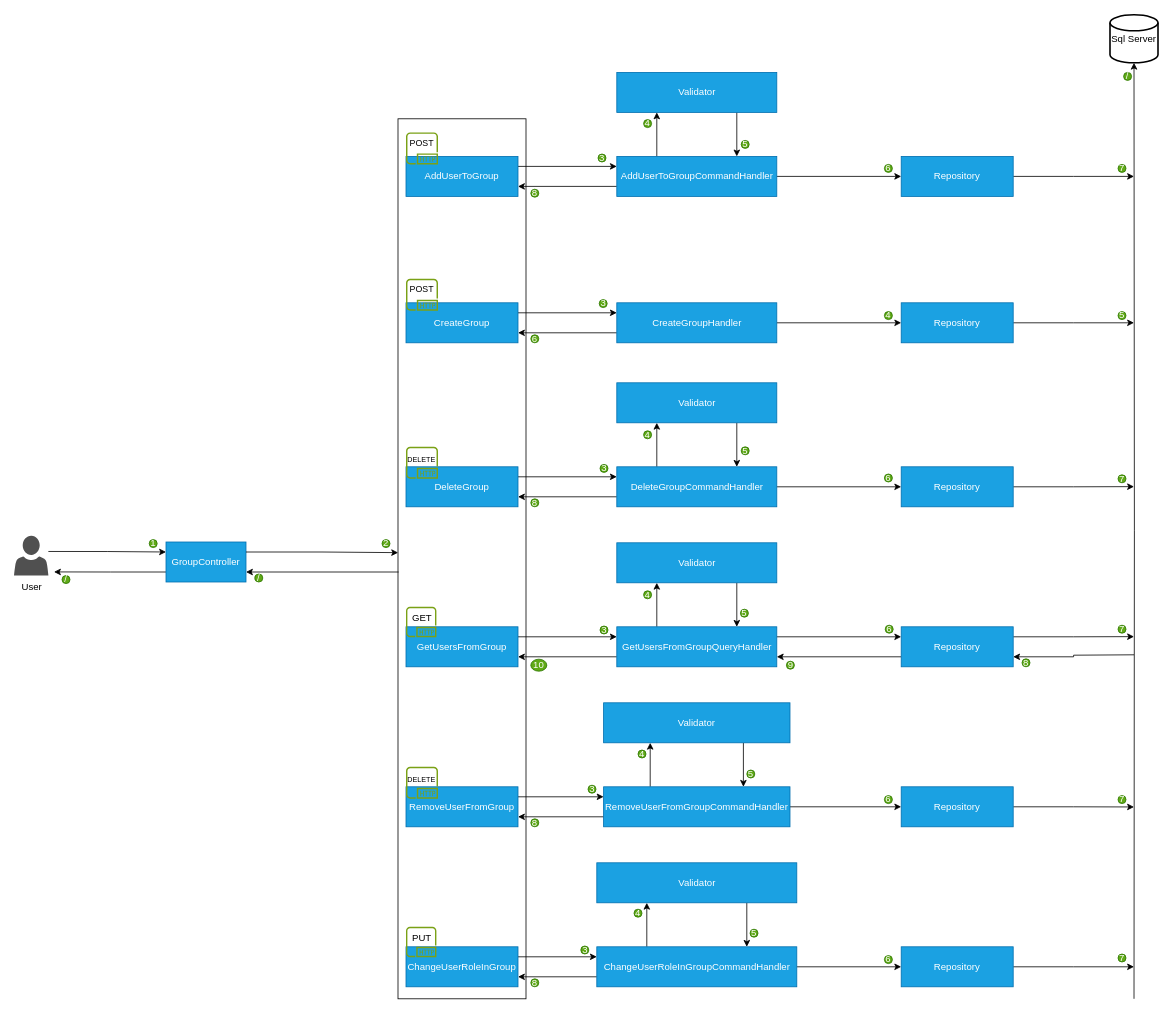
The draw.io diagram page "AuthService/Group" (3 of 33) of Architecture.drawio in AlanEdward19/ShapeUp, before the edit. Source tidied: cells renumbered, new cells numbered last; positions are measured from the earlier drawing's top-left corner, leaving out a move shared by most shapes. Both pictures are drawn from the tidied source at 80%, with x=0, y=0 at pixel (14, 14).
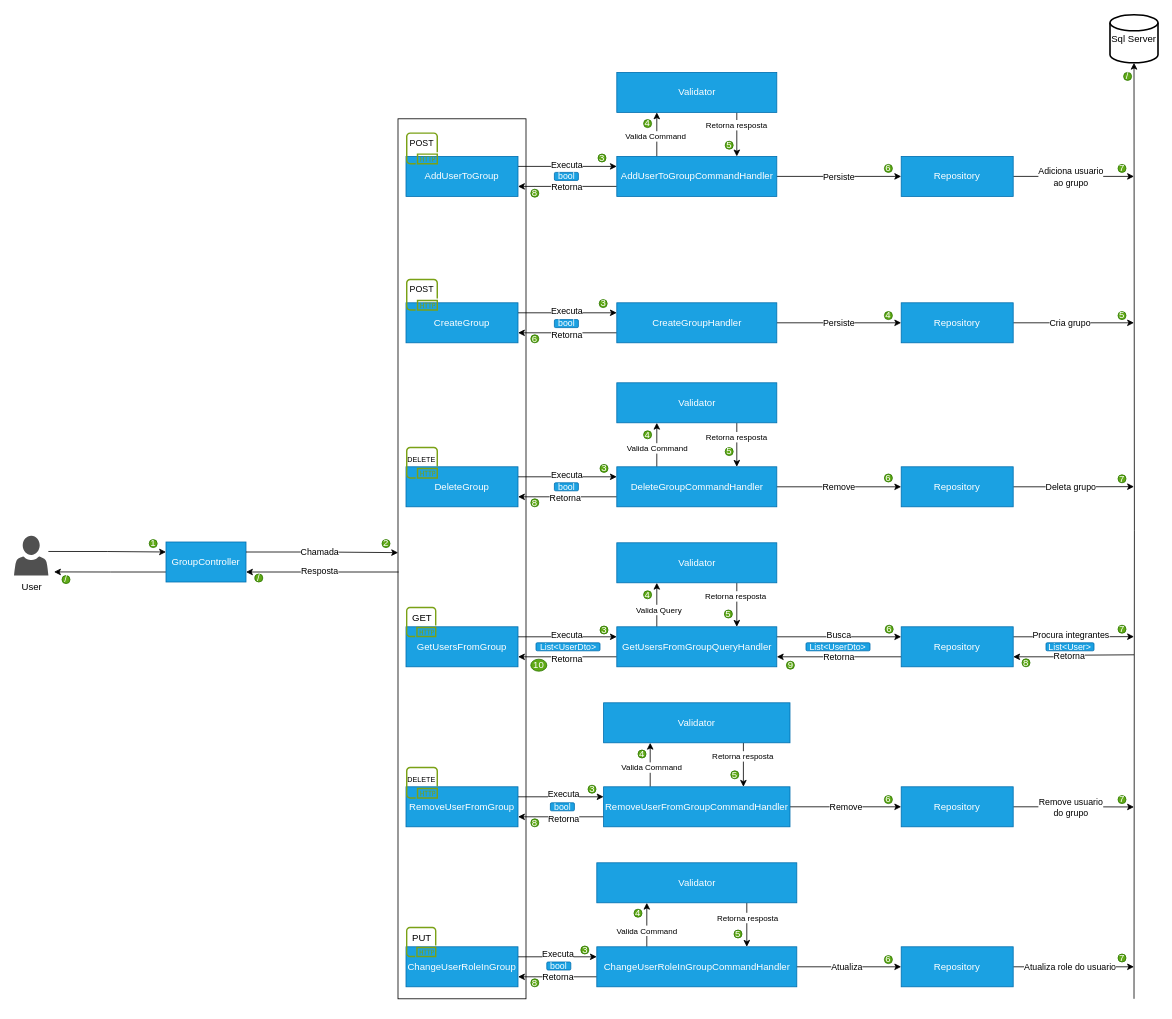
After the change.

The change refers to these unchanged cells:
```xml
<mxCell id="2" style="edgeStyle=orthogonalEdgeStyle;rounded=0;jettySize=auto;html=1;exitX=0;exitY=0.75;exitDx=0;exitDy=0;entryX=1;entryY=0.75;entryDx=0;entryDy=0;" parent="1" edge="1" source="5" target="65">
<mxCell id="3" style="edgeStyle=orthogonalEdgeStyle;rounded=0;jettySize=auto;html=1;exitX=0.25;exitY=0;exitDx=0;exitDy=0;entryX=0.25;entryY=1;entryDx=0;entryDy=0;" parent="1" edge="1" source="5" target="7">
<mxCell id="4" style="edgeStyle=orthogonalEdgeStyle;rounded=0;jettySize=auto;html=1;exitX=1;exitY=0.5;exitDx=0;exitDy=0;entryX=0;entryY=0.5;entryDx=0;entryDy=0;" parent="1" edge="1" source="5" target="10">
<mxCell id="6" style="edgeStyle=orthogonalEdgeStyle;rounded=0;jettySize=auto;html=1;exitX=0.75;exitY=1;exitDx=0;exitDy=0;entryX=0.75;entryY=0;entryDx=0;entryDy=0;" parent="1" edge="1" source="7" target="5">
<mxCell id="8" style="edgeStyle=orthogonalEdgeStyle;rounded=0;jettySize=auto;html=1;exitX=1;exitY=0.25;exitDx=0;exitDy=0;entryX=0;entryY=0.25;entryDx=0;entryDy=0;" parent="1" edge="1" source="65" target="5">
<mxCell id="9" style="edgeStyle=orthogonalEdgeStyle;rounded=0;jettySize=auto;html=1;exitX=1;exitY=0.5;exitDx=0;exitDy=0;" parent="1" edge="1" source="10">
<mxCell id="13" style="edgeStyle=orthogonalEdgeStyle;rounded=0;jettySize=auto;html=1;exitX=1;exitY=0.5;exitDx=0;exitDy=0;entryX=0;entryY=0.5;entryDx=0;entryDy=0;" parent="1" edge="1" source="15" target="17">
<mxCell id="14" style="edgeStyle=orthogonalEdgeStyle;rounded=0;jettySize=auto;html=1;exitX=0;exitY=0.75;exitDx=0;exitDy=0;entryX=1;entryY=0.75;entryDx=0;entryDy=0;" parent="1" edge="1" source="15" target="80">
<mxCell id="16" style="edgeStyle=orthogonalEdgeStyle;rounded=0;jettySize=auto;html=1;exitX=1;exitY=0.5;exitDx=0;exitDy=0;" parent="1" edge="1" source="17">
<mxCell id="18" style="edgeStyle=orthogonalEdgeStyle;rounded=0;jettySize=auto;html=1;exitX=1;exitY=0.25;exitDx=0;exitDy=0;entryX=0;entryY=0.25;entryDx=0;entryDy=0;" parent="1" edge="1" source="80" target="15">
<mxCell id="19" style="edgeStyle=orthogonalEdgeStyle;rounded=0;jettySize=auto;html=1;exitX=0.25;exitY=0;exitDx=0;exitDy=0;entryX=0.25;entryY=1;entryDx=0;entryDy=0;" parent="1" edge="1" source="22" target="24">
<mxCell id="20" style="edgeStyle=orthogonalEdgeStyle;rounded=0;jettySize=auto;html=1;exitX=1;exitY=0.5;exitDx=0;exitDy=0;entryX=0;entryY=0.5;entryDx=0;entryDy=0;" parent="1" edge="1" source="22" target="27">
<mxCell id="21" style="edgeStyle=orthogonalEdgeStyle;rounded=0;jettySize=auto;html=1;exitX=0;exitY=0.75;exitDx=0;exitDy=0;entryX=1;entryY=0.75;entryDx=0;entryDy=0;" parent="1" edge="1" source="22" target="70">
<mxCell id="23" style="edgeStyle=orthogonalEdgeStyle;rounded=0;jettySize=auto;html=1;exitX=0.75;exitY=1;exitDx=0;exitDy=0;entryX=0.75;entryY=0;entryDx=0;entryDy=0;" parent="1" edge="1" source="24" target="22">
<mxCell id="25" style="edgeStyle=orthogonalEdgeStyle;rounded=0;jettySize=auto;html=1;exitX=1;exitY=0.5;exitDx=0;exitDy=0;" parent="1" edge="1" source="27">
<mxCell id="26" style="edgeStyle=orthogonalEdgeStyle;rounded=0;jettySize=auto;html=1;entryX=1;entryY=0.75;entryDx=0;entryDy=0;" parent="1" edge="1" target="37">
<mxCell id="28" style="edgeStyle=orthogonalEdgeStyle;rounded=0;jettySize=auto;html=1;exitX=1;exitY=0.25;exitDx=0;exitDy=0;entryX=0;entryY=0.25;entryDx=0;entryDy=0;" parent="1" edge="1" source="70" target="22">
<mxCell id="29" style="edgeStyle=orthogonalEdgeStyle;rounded=0;jettySize=auto;html=1;exitX=0;exitY=0.75;exitDx=0;exitDy=0;entryX=1;entryY=0.75;entryDx=0;entryDy=0;" parent="1" edge="1" source="32" target="60">
<mxCell id="30" style="edgeStyle=orthogonalEdgeStyle;rounded=0;jettySize=auto;html=1;exitX=0.25;exitY=0;exitDx=0;exitDy=0;entryX=0.25;entryY=1;entryDx=0;entryDy=0;" parent="1" edge="1" source="32" target="34">
<mxCell id="31" style="edgeStyle=orthogonalEdgeStyle;rounded=0;jettySize=auto;html=1;exitX=1;exitY=0.25;exitDx=0;exitDy=0;entryX=0;entryY=0.25;entryDx=0;entryDy=0;" parent="1" edge="1" source="32" target="37">
<mxCell id="33" style="edgeStyle=orthogonalEdgeStyle;rounded=0;jettySize=auto;html=1;exitX=0.75;exitY=1;exitDx=0;exitDy=0;entryX=0.75;entryY=0;entryDx=0;entryDy=0;" parent="1" edge="1" source="34" target="32">
<mxCell id="35" style="edgeStyle=orthogonalEdgeStyle;rounded=0;jettySize=auto;html=1;exitX=0;exitY=0.75;exitDx=0;exitDy=0;entryX=1;entryY=0.75;entryDx=0;entryDy=0;" parent="1" edge="1" source="37" target="32">
<mxCell id="36" style="edgeStyle=orthogonalEdgeStyle;rounded=0;jettySize=auto;html=1;exitX=1;exitY=0.25;exitDx=0;exitDy=0;" parent="1" edge="1" source="37">
<mxCell id="38" style="edgeStyle=orthogonalEdgeStyle;rounded=0;jettySize=auto;html=1;exitX=1;exitY=0.25;exitDx=0;exitDy=0;entryX=0;entryY=0.25;entryDx=0;entryDy=0;" parent="1" edge="1" source="60" target="32">
<mxCell id="39" style="edgeStyle=orthogonalEdgeStyle;rounded=0;jettySize=auto;html=1;exitX=0;exitY=0.75;exitDx=0;exitDy=0;entryX=1;entryY=0.75;entryDx=0;entryDy=0;" parent="1" edge="1" source="42" target="85">
<mxCell id="40" style="edgeStyle=orthogonalEdgeStyle;rounded=0;jettySize=auto;html=1;exitX=0.25;exitY=0;exitDx=0;exitDy=0;entryX=0.25;entryY=1;entryDx=0;entryDy=0;" parent="1" edge="1" source="42" target="44">
<mxCell id="41" style="edgeStyle=orthogonalEdgeStyle;rounded=0;jettySize=auto;html=1;exitX=1;exitY=0.5;exitDx=0;exitDy=0;entryX=0;entryY=0.5;entryDx=0;entryDy=0;" parent="1" edge="1" source="42" target="46">
<mxCell id="43" style="edgeStyle=orthogonalEdgeStyle;rounded=0;jettySize=auto;html=1;exitX=0.75;exitY=1;exitDx=0;exitDy=0;entryX=0.75;entryY=0;entryDx=0;entryDy=0;" parent="1" edge="1" source="44" target="42">
<mxCell id="45" style="edgeStyle=orthogonalEdgeStyle;rounded=0;jettySize=auto;html=1;exitX=1;exitY=0.5;exitDx=0;exitDy=0;" parent="1" edge="1" source="46">
<mxCell id="47" style="edgeStyle=orthogonalEdgeStyle;rounded=0;jettySize=auto;html=1;exitX=1;exitY=0.25;exitDx=0;exitDy=0;entryX=0;entryY=0.25;entryDx=0;entryDy=0;" parent="1" edge="1" source="85" target="42">
<mxCell id="48" style="edgeStyle=orthogonalEdgeStyle;rounded=0;jettySize=auto;html=1;exitX=0;exitY=0.75;exitDx=0;exitDy=0;entryX=1;entryY=0.75;entryDx=0;entryDy=0;" parent="1" edge="1" source="51" target="75">
<mxCell id="49" style="edgeStyle=orthogonalEdgeStyle;rounded=0;jettySize=auto;html=1;exitX=0.25;exitY=0;exitDx=0;exitDy=0;entryX=0.25;entryY=1;entryDx=0;entryDy=0;" parent="1" edge="1" source="51" target="53">
<mxCell id="50" style="edgeStyle=orthogonalEdgeStyle;rounded=0;jettySize=auto;html=1;exitX=1;exitY=0.5;exitDx=0;exitDy=0;entryX=0;entryY=0.5;entryDx=0;entryDy=0;" parent="1" edge="1" source="51" target="55">
<mxCell id="52" style="edgeStyle=orthogonalEdgeStyle;rounded=0;jettySize=auto;html=1;exitX=0.75;exitY=1;exitDx=0;exitDy=0;entryX=0.75;entryY=0;entryDx=0;entryDy=0;" parent="1" edge="1" source="53" target="51">
<mxCell id="54" style="edgeStyle=orthogonalEdgeStyle;rounded=0;jettySize=auto;html=1;exitX=1;exitY=0.5;exitDx=0;exitDy=0;" parent="1" edge="1" source="55">
<mxCell id="56" style="edgeStyle=orthogonalEdgeStyle;rounded=0;jettySize=auto;html=1;exitX=1;exitY=0.25;exitDx=0;exitDy=0;entryX=0;entryY=0.25;entryDx=0;entryDy=0;" parent="1" edge="1" source="75" target="51">
<mxCell id="57" style="edgeStyle=orthogonalEdgeStyle;rounded=0;jettySize=auto;html=1;entryX=1;entryY=0.75;entryDx=0;entryDy=0;exitX=0.005;exitY=0.515;exitDx=0;exitDy=0;exitPerimeter=0;" parent="1" edge="1" source="58" target="92">
<mxCell id="93" style="edgeStyle=orthogonalEdgeStyle;rounded=0;jettySize=auto;html=1;exitX=1;exitY=0.25;exitDx=0;exitDy=0;entryX=0.001;entryY=0.493;entryDx=0;entryDy=0;entryPerimeter=0;" parent="1" edge="1" source="92" target="58">
```

Change to the diagram source:
```diff
@@
+    <mxCell id="135" value="Retorna" style="edgeLabel;html=1;align=center;verticalAlign=middle;" parent="2" vertex="1">
+      <mxGeometry x="0.09" y="1" relative="1" as="geometry">
+        <mxPoint x="4" as="offset" />
+      </mxGeometry>
+    </mxCell>
@@
+    <mxCell id="136" value="&lt;span style=&quot;font-size: 10px;&quot;&gt;Valida Command&lt;/span&gt;" style="edgeLabel;html=1;align=center;verticalAlign=middle;" parent="3" vertex="1">
+      <mxGeometry y="2" relative="1" as="geometry">
+        <mxPoint y="2" as="offset" />
+      </mxGeometry>
+    </mxCell>
@@
+    <mxCell id="137" value="Persiste" style="edgeLabel;html=1;align=center;verticalAlign=middle;" parent="4" vertex="1">
+      <mxGeometry x="-0.33" relative="1" as="geometry">
+        <mxPoint x="25" as="offset" />
+      </mxGeometry>
+    </mxCell>
@@
+    <mxCell id="138" value="&lt;span style=&quot;font-size: 10px;&quot;&gt;Retorna resposta&lt;/span&gt;" style="edgeLabel;html=1;align=center;verticalAlign=middle;" parent="6" vertex="1">
+      <mxGeometry x="-0.6" y="-1" relative="1" as="geometry">
+        <mxPoint y="4" as="offset" />
+      </mxGeometry>
+    </mxCell>
@@
+    <mxCell id="139" value="Executa" style="edgeLabel;html=1;align=center;verticalAlign=middle;" parent="8" vertex="1">
+      <mxGeometry x="-0.14" y="1" relative="1" as="geometry">
+        <mxPoint x="7" y="-1" as="offset" />
+      </mxGeometry>
+    </mxCell>
@@
+    <mxCell id="140" value="Adiciona usuario&lt;div&gt;ao grupo&lt;/div&gt;" style="edgeLabel;html=1;align=center;verticalAlign=middle;" parent="9" vertex="1">
+      <mxGeometry x="-0.3" y="-2" relative="1" as="geometry">
+        <mxPoint x="18" y="-2" as="offset" />
+      </mxGeometry>
+    </mxCell>
@@
+    <mxCell id="141" value="Persiste" style="edgeLabel;html=1;align=center;verticalAlign=middle;" parent="13" vertex="1">
+      <mxGeometry x="-0.31" y="1" relative="1" as="geometry">
+        <mxPoint x="23" y="1" as="offset" />
+      </mxGeometry>
+    </mxCell>
@@
+    <mxCell id="142" value="Retorna" style="edgeLabel;html=1;align=center;verticalAlign=middle;" parent="14" vertex="1">
+      <mxGeometry x="0.1" y="2" relative="1" as="geometry">
+        <mxPoint x="5" y="1" as="offset" />
+      </mxGeometry>
+    </mxCell>
@@
+    <mxCell id="143" value="Cria grupo" style="edgeLabel;html=1;align=center;verticalAlign=middle;" parent="16" vertex="1">
+      <mxGeometry x="-0.36" relative="1" as="geometry">
+        <mxPoint x="22" as="offset" />
+      </mxGeometry>
+    </mxCell>
@@
+    <mxCell id="144" value="Executa" style="edgeLabel;html=1;align=center;verticalAlign=middle;" parent="18" vertex="1">
+      <mxGeometry x="-0.24" y="2" relative="1" as="geometry">
+        <mxPoint x="13" as="offset" />
+      </mxGeometry>
+    </mxCell>
@@
+    <mxCell id="145" value="&lt;span style=&quot;font-size: 10px;&quot;&gt;Valida Command&lt;/span&gt;" style="edgeLabel;html=1;align=center;verticalAlign=middle;" parent="19" vertex="1">
+      <mxGeometry x="-0.31" relative="1" as="geometry">
+        <mxPoint y="-5" as="offset" />
+      </mxGeometry>
+    </mxCell>
@@
+    <mxCell id="146" value="Remove" style="edgeLabel;html=1;align=center;verticalAlign=middle;" parent="20" vertex="1">
+      <mxGeometry x="-0.17" y="-2" relative="1" as="geometry">
+        <mxPoint x="12" y="-2" as="offset" />
+      </mxGeometry>
+    </mxCell>
@@
+    <mxCell id="147" value="Retorna" style="edgeLabel;html=1;align=center;verticalAlign=middle;" parent="21" vertex="1">
+      <mxGeometry x="0.26" y="3" relative="1" as="geometry">
+        <mxPoint x="13" y="-2" as="offset" />
+      </mxGeometry>
+    </mxCell>
@@
+    <mxCell id="148" value="&lt;span style=&quot;font-size: 10px;&quot;&gt;Retorna resposta&lt;/span&gt;" style="edgeLabel;html=1;align=center;verticalAlign=middle;" parent="23" vertex="1">
+      <mxGeometry x="-0.37" y="-1" relative="1" as="geometry" />
+    </mxCell>
@@
+    <mxCell id="149" value="Deleta grupo" style="edgeLabel;html=1;align=center;verticalAlign=middle;" parent="25" vertex="1">
+      <mxGeometry x="-0.25" y="2" relative="1" as="geometry">
+        <mxPoint x="14" y="2" as="offset" />
+      </mxGeometry>
+    </mxCell>
@@
+    <mxCell id="150" value="Retorna" style="edgeLabel;html=1;align=center;verticalAlign=middle;" parent="26" vertex="1">
+      <mxGeometry x="0.28" y="1" relative="1" as="geometry">
+        <mxPoint x="14" y="-2" as="offset" />
+      </mxGeometry>
+    </mxCell>
@@
+    <mxCell id="151" value="Executa" style="edgeLabel;html=1;align=center;verticalAlign=middle;" parent="28" vertex="1">
+      <mxGeometry x="-0.18" relative="1" as="geometry">
+        <mxPoint x="9" y="-2" as="offset" />
+      </mxGeometry>
+    </mxCell>
@@
+    <mxCell id="152" value="Retorna" style="edgeLabel;html=1;align=center;verticalAlign=middle;" parent="29" vertex="1">
+      <mxGeometry x="0.08" relative="1" as="geometry">
+        <mxPoint x="4" y="2" as="offset" />
+      </mxGeometry>
+    </mxCell>
@@
+    <mxCell id="153" value="&lt;span style=&quot;font-size: 10px;&quot;&gt;Valida Query&lt;/span&gt;" style="edgeLabel;html=1;align=center;verticalAlign=middle;" parent="30" vertex="1">
+      <mxGeometry x="-0.19" y="-2" relative="1" as="geometry" />
+    </mxCell>
@@
+    <mxCell id="154" value="Busca" style="edgeLabel;html=1;align=center;verticalAlign=middle;" parent="31" vertex="1">
+      <mxGeometry x="-0.22" y="2" relative="1" as="geometry">
+        <mxPoint x="16" y="-1" as="offset" />
+      </mxGeometry>
+    </mxCell>
@@
+    <mxCell id="155" value="&lt;span style=&quot;font-size: 10px;&quot;&gt;Retorna resposta&lt;/span&gt;" style="edgeLabel;html=1;align=center;verticalAlign=middle;" parent="33" vertex="1">
+      <mxGeometry x="-0.41" y="-2" relative="1" as="geometry" />
+    </mxCell>
@@
+    <mxCell id="156" value="Retorna" style="edgeLabel;html=1;align=center;verticalAlign=middle;" parent="35" vertex="1">
+      <mxGeometry x="0.04" relative="1" as="geometry">
+        <mxPoint x="2" as="offset" />
+      </mxGeometry>
+    </mxCell>
@@
+    <mxCell id="157" value="Procura integrantes" style="edgeLabel;html=1;align=center;verticalAlign=middle;" parent="36" vertex="1">
+      <mxGeometry x="-0.31" y="2" relative="1" as="geometry">
+        <mxPoint x="19" as="offset" />
+      </mxGeometry>
+    </mxCell>
@@
+    <mxCell id="158" value="Executa" style="edgeLabel;html=1;align=center;verticalAlign=middle;" parent="38" vertex="1">
+      <mxGeometry x="-0.14" y="-1" relative="1" as="geometry">
+        <mxPoint x="7" y="-4" as="offset" />
+      </mxGeometry>
+    </mxCell>
@@
+    <mxCell id="159" value="Retorna" style="edgeLabel;html=1;align=center;verticalAlign=middle;" parent="39" vertex="1">
+      <mxGeometry x="0.12" y="1" relative="1" as="geometry">
+        <mxPoint x="9" y="2" as="offset" />
+      </mxGeometry>
+    </mxCell>
@@
+    <mxCell id="160" value="&lt;span style=&quot;font-size: 10px;&quot;&gt;Valida Command&lt;/span&gt;" style="edgeLabel;html=1;align=center;verticalAlign=middle;" parent="40" vertex="1">
+      <mxGeometry x="0.06" y="-1" relative="1" as="geometry">
+        <mxPoint y="4" as="offset" />
+      </mxGeometry>
+    </mxCell>
@@
+    <mxCell id="161" value="Remove" style="edgeLabel;html=1;align=center;verticalAlign=middle;" parent="41" vertex="1">
+      <mxGeometry x="-0.45" y="1" relative="1" as="geometry">
+        <mxPoint x="31" y="1" as="offset" />
+      </mxGeometry>
+    </mxCell>
@@
+    <mxCell id="162" value="&lt;span style=&quot;font-size: 10px;&quot;&gt;Retorna resposta&lt;/span&gt;" style="edgeLabel;html=1;align=center;verticalAlign=middle;" parent="43" vertex="1">
+      <mxGeometry x="-0.41" y="-1" relative="1" as="geometry" />
+    </mxCell>
@@
+    <mxCell id="163" value="Remove usuario&lt;div&gt;do grupo&lt;/div&gt;" style="edgeLabel;html=1;align=center;verticalAlign=middle;" parent="45" vertex="1">
+      <mxGeometry x="-0.26" y="-2" relative="1" as="geometry">
+        <mxPoint x="15" y="-2" as="offset" />
+      </mxGeometry>
+    </mxCell>
@@
+    <mxCell id="164" value="Executa" style="edgeLabel;html=1;align=center;verticalAlign=middle;" parent="47" vertex="1">
+      <mxGeometry x="-0.26" relative="1" as="geometry">
+        <mxPoint x="16" y="-4" as="offset" />
+      </mxGeometry>
+    </mxCell>
@@
+    <mxCell id="165" value="Retorna" style="edgeLabel;html=1;align=center;verticalAlign=middle;" parent="48" vertex="1">
+      <mxGeometry x="0.01" relative="1" as="geometry">
+        <mxPoint x="1" as="offset" />
+      </mxGeometry>
+    </mxCell>
@@
+    <mxCell id="166" value="&lt;span style=&quot;font-size: 10px;&quot;&gt;Valida Command&lt;/span&gt;" style="edgeLabel;html=1;align=center;verticalAlign=middle;" parent="49" vertex="1">
+      <mxGeometry x="-0.27" y="1" relative="1" as="geometry">
+        <mxPoint y="-1" as="offset" />
+      </mxGeometry>
+    </mxCell>
@@
+    <mxCell id="167" value="Atualiza" style="edgeLabel;html=1;align=center;verticalAlign=middle;" parent="50" vertex="1">
+      <mxGeometry x="-0.18" y="1" relative="1" as="geometry">
+        <mxPoint x="8" y="1" as="offset" />
+      </mxGeometry>
+    </mxCell>
@@
+    <mxCell id="168" value="&lt;span style=&quot;font-size: 10px;&quot;&gt;Retorna resposta&lt;/span&gt;" style="edgeLabel;html=1;align=center;verticalAlign=middle;" parent="52" vertex="1">
+      <mxGeometry x="-0.33" relative="1" as="geometry" />
+    </mxCell>
@@
+    <mxCell id="169" value="Atualiza role do usuario" style="edgeLabel;html=1;align=center;verticalAlign=middle;" parent="54" vertex="1">
+      <mxGeometry x="-0.39" y="-1" relative="1" as="geometry">
+        <mxPoint x="24" y="-2" as="offset" />
+      </mxGeometry>
+    </mxCell>
@@
+    <mxCell id="170" value="Executa" style="edgeLabel;html=1;align=center;verticalAlign=middle;" parent="56" vertex="1">
+      <mxGeometry x="-0.07" y="1" relative="1" as="geometry">
+        <mxPoint x="3" y="-3" as="offset" />
+      </mxGeometry>
+    </mxCell>
@@
+    <mxCell id="171" value="Resposta" style="edgeLabel;html=1;align=center;verticalAlign=middle;" parent="57" vertex="1">
+      <mxGeometry x="0.19" y="-1" relative="1" as="geometry">
+        <mxPoint x="15" as="offset" />
+      </mxGeometry>
+    </mxCell>
@@
+    <mxCell id="172" value="Chamada" style="edgeLabel;html=1;align=center;verticalAlign=middle;" parent="93" vertex="1">
+      <mxGeometry x="-0.05" y="1" relative="1" as="geometry">
+        <mxPoint y="1" as="offset" />
+      </mxGeometry>
+    </mxCell>
@@
     <mxCell id="99" value="5" style="ellipse;whiteSpace=wrap;html=1;fillColor=#60a917;fontColor=#ffffff;strokeColor=#2D7600;" parent="1" vertex="1">
-      <mxGeometry x="909" y="157" width="10" height="10" as="geometry" />
+      <mxGeometry x="889" y="158" width="10" height="10" as="geometry" />
     </mxCell>
@@
     <mxCell id="109" value="5" style="ellipse;whiteSpace=wrap;html=1;fillColor=#60a917;fontColor=#ffffff;strokeColor=#2D7600;" parent="1" vertex="1">
-      <mxGeometry x="909" y="540" width="10" height="10" as="geometry" />
+      <mxGeometry x="889" y="541" width="10" height="10" as="geometry" />
     </mxCell>
@@
     <mxCell id="115" value="5" style="ellipse;whiteSpace=wrap;html=1;fillColor=#60a917;fontColor=#ffffff;strokeColor=#2D7600;" parent="1" vertex="1">
-      <mxGeometry x="908" y="743" width="10" height="10" as="geometry" />
+      <mxGeometry x="888" y="744" width="10" height="10" as="geometry" />
     </mxCell>
@@
     <mxCell id="122" value="5" style="ellipse;whiteSpace=wrap;html=1;fillColor=#60a917;fontColor=#ffffff;strokeColor=#2D7600;" parent="1" vertex="1">
-      <mxGeometry x="916" y="944" width="10" height="10" as="geometry" />
+      <mxGeometry x="896" y="945" width="10" height="10" as="geometry" />
     </mxCell>
@@
     <mxCell id="128" value="5" style="ellipse;whiteSpace=wrap;html=1;fillColor=#60a917;fontColor=#ffffff;strokeColor=#2D7600;" parent="1" vertex="1">
-      <mxGeometry x="920" y="1143" width="10" height="10" as="geometry" />
+      <mxGeometry x="900" y="1144" width="10" height="10" as="geometry" />
     </mxCell>
@@
+    <mxCell id="173" value="bool" style="rounded=1;whiteSpace=wrap;html=1;fillColor=#1ba1e2;strokeColor=#006EAF;fontSize=11;fontColor=#ffffff;" parent="1" vertex="1">
+      <mxGeometry x="675.5" y="197" width="30" height="10" as="geometry" />
+    </mxCell>
+    <mxCell id="174" value="bool" style="rounded=1;whiteSpace=wrap;html=1;fillColor=#1ba1e2;strokeColor=#006EAF;fontSize=11;fontColor=#ffffff;" parent="1" vertex="1">
+      <mxGeometry x="675.5" y="381" width="30" height="10" as="geometry" />
+    </mxCell>
+    <mxCell id="175" value="bool" style="rounded=1;whiteSpace=wrap;html=1;fillColor=#1ba1e2;strokeColor=#006EAF;fontSize=11;fontColor=#ffffff;" parent="1" vertex="1">
+      <mxGeometry x="675.5" y="585" width="30" height="10" as="geometry" />
+    </mxCell>
+    <mxCell id="176" value="bool" style="rounded=1;whiteSpace=wrap;html=1;fillColor=#1ba1e2;strokeColor=#006EAF;fontSize=11;fontColor=#ffffff;" parent="1" vertex="1">
+      <mxGeometry x="670.5" y="985" width="30" height="10" as="geometry" />
+    </mxCell>
+    <mxCell id="177" value="bool" style="rounded=1;whiteSpace=wrap;html=1;fillColor=#1ba1e2;strokeColor=#006EAF;fontSize=11;fontColor=#ffffff;" parent="1" vertex="1">
+      <mxGeometry x="666" y="1184" width="30" height="10" as="geometry" />
+    </mxCell>
+    <mxCell id="178" value="List&amp;lt;User&amp;gt;" style="rounded=1;whiteSpace=wrap;html=1;fillColor=#1ba1e2;strokeColor=#006EAF;fontSize=11;fontColor=#ffffff;" parent="1" vertex="1">
+      <mxGeometry x="1290" y="785" width="60" height="10" as="geometry" />
+    </mxCell>
+    <mxCell id="179" value="List&amp;lt;UserDto&amp;gt;" style="rounded=1;whiteSpace=wrap;html=1;fillColor=#1ba1e2;strokeColor=#006EAF;fontSize=11;fontColor=#ffffff;" parent="1" vertex="1">
+      <mxGeometry x="990" y="785" width="80" height="10" as="geometry" />
+    </mxCell>
+    <mxCell id="180" value="List&amp;lt;UserDto&amp;gt;" style="rounded=1;whiteSpace=wrap;html=1;fillColor=#1ba1e2;strokeColor=#006EAF;fontSize=11;fontColor=#ffffff;" parent="1" vertex="1">
+      <mxGeometry x="652.5" y="785" width="80" height="10" as="geometry" />
+    </mxCell>
```
